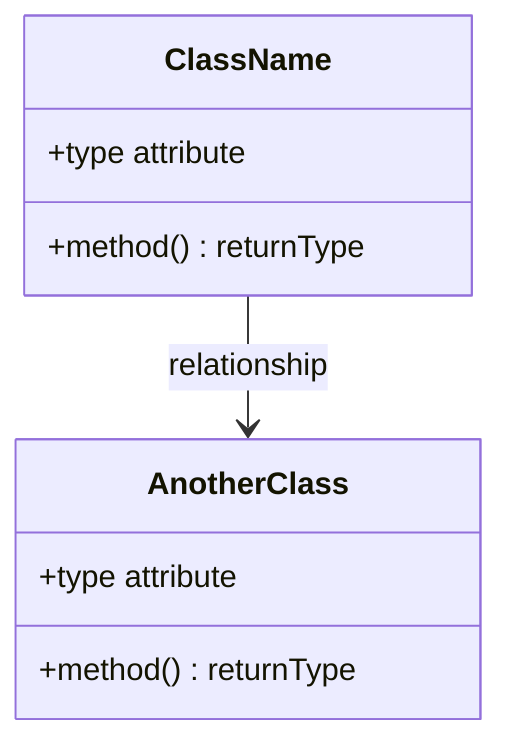
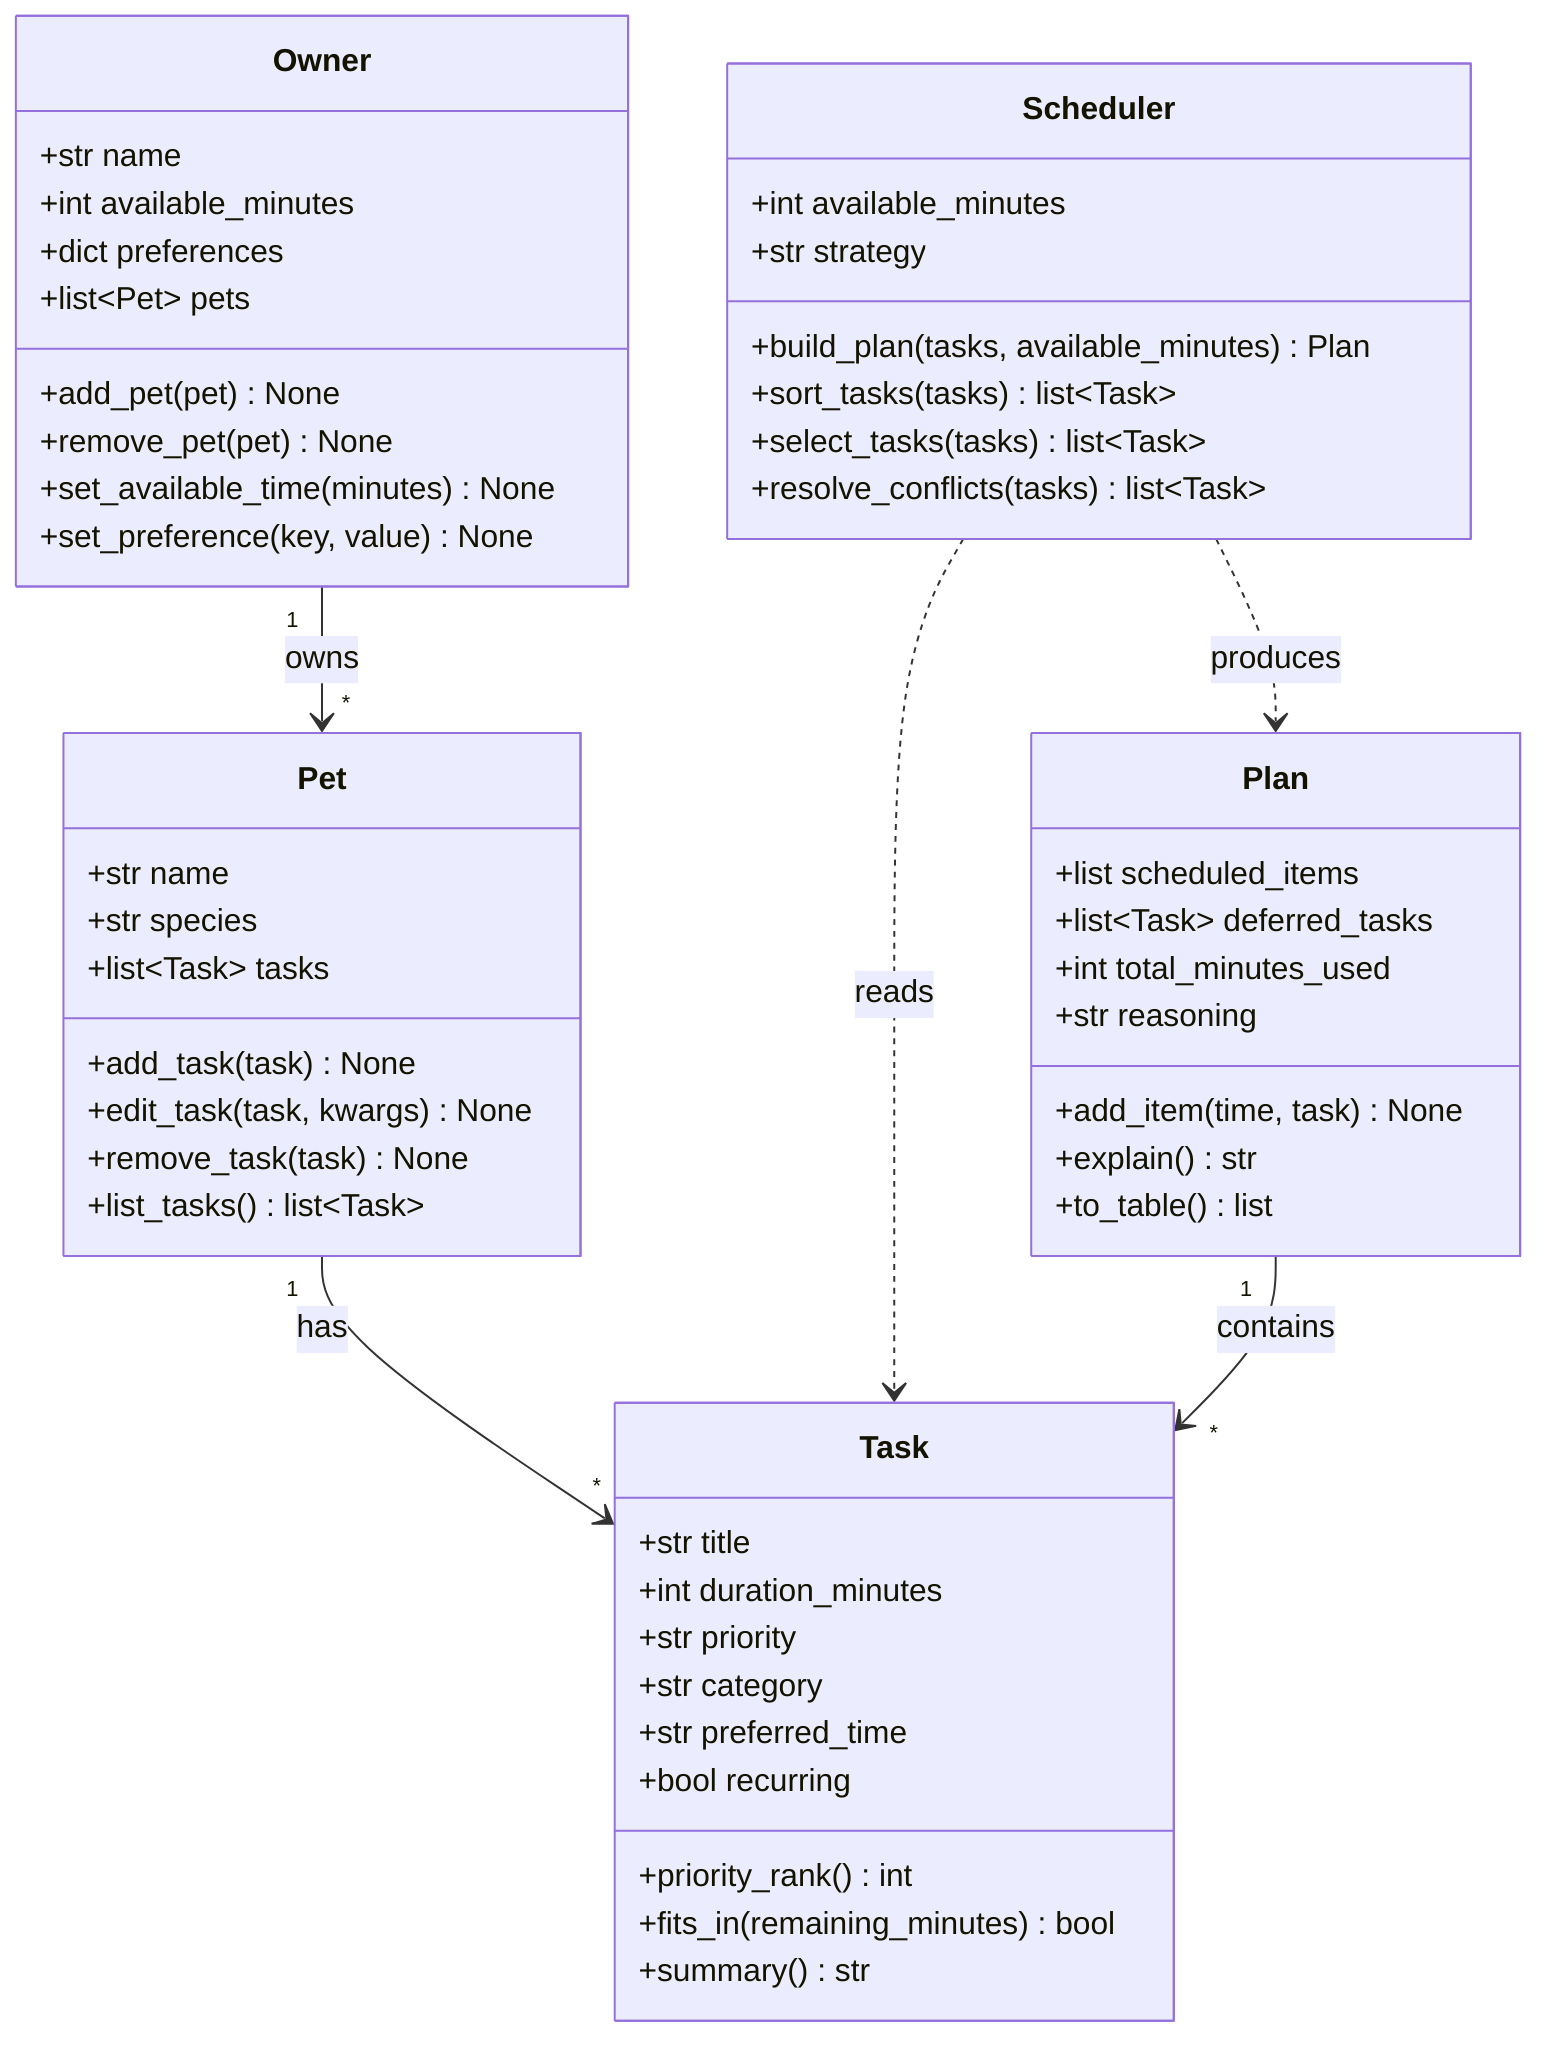
classDiagram
-     %% Replace the placeholders below with your actual classes, attributes, methods, and relationships.
-     %% Keep this file updated so it matches your final implementation.
+     %% PawPal+ class design
+     %% Owner has Pets; each Pet has Tasks; Scheduler turns Tasks + constraints into a Plan.

-     class ClassName {
-         +type attribute
-         +method() returnType
+     class Owner {
+         +str name
+         +int available_minutes
+         +dict preferences
+         +list~Pet~ pets
+         +add_pet(pet) None
+         +remove_pet(pet) None
+         +set_available_time(minutes) None
+         +set_preference(key, value) None
    }

-     class AnotherClass {
-         +type attribute
-         +method() returnType
+     class Pet {
+         +str name
+         +str species
+         +list~Task~ tasks
+         +add_task(task) None
+         +edit_task(task, kwargs) None
+         +remove_task(task) None
+         +list_tasks() list~Task~
    }

-     ClassName --> AnotherClass : relationship
+     class Task {
+         +str title
+         +int duration_minutes
+         +str priority
+         +str category
+         +str preferred_time
+         +bool recurring
+         +priority_rank() int
+         +fits_in(remaining_minutes) bool
+         +summary() str
+     }
+ 
+     class Scheduler {
+         +int available_minutes
+         +str strategy
+         +build_plan(tasks, available_minutes) Plan
+         +sort_tasks(tasks) list~Task~
+         +select_tasks(tasks) list~Task~
+         +resolve_conflicts(tasks) list~Task~
+     }
+ 
+     class Plan {
+         +list scheduled_items
+         +list~Task~ deferred_tasks
+         +int total_minutes_used
+         +str reasoning
+         +add_item(time, task) None
+         +explain() str
+         +to_table() list
+     }
+ 
+     Owner "1" --> "*" Pet : owns
+     Pet "1" --> "*" Task : has
+     Scheduler ..> Task : reads
+     Scheduler ..> Plan : produces
+     Plan "1" --> "*" Task : contains
